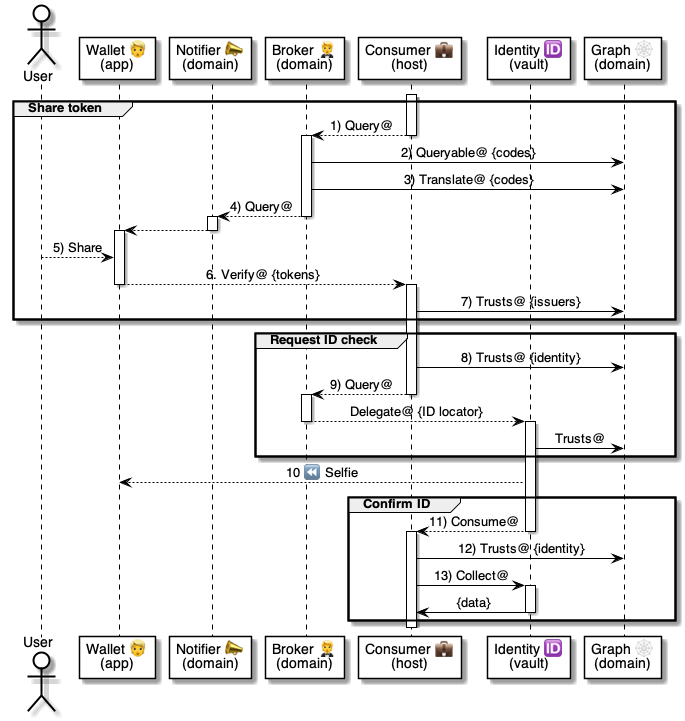
Before: 5 ⏩ Flows/20 💼⏩ Consumers/.📎 Assets/⚙️ Query Token+ID.png, a diagram exported from PlantUML (pollyweb-org/pollyweb-docs). Its source is kept beside it as 5 ⏩ Flows/20 💼⏩ Consumers/.📎 Assets/⚙️ Query Token+ID.puml.
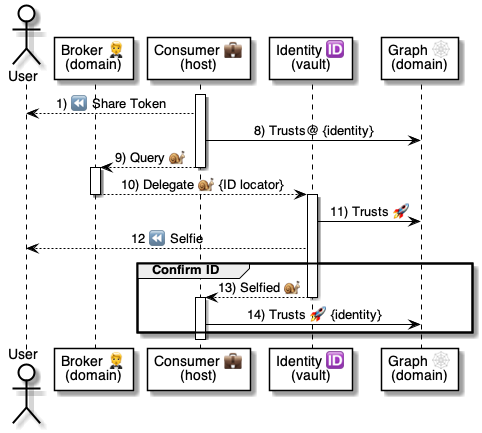
After the commit.

The edit, as a diff of the source:
```diff
@@ -2,8 +2,6 @@
 
 
 actor User as user
-participant "Wallet 👱\n(app)" as wallet
-participant "Notifier 📣\n(domain)" as notifier
 participant "Broker 🤵\n(domain)" as broker
 participant "Consumer 💼\n(host)" as consumer
 participant "Identity 🆔\n(vault)" as identity
@@ -11,63 +9,34 @@
 
 
 activate consumer
+consumer --> user : 1) ⏪ Share Token
 
-group Share token
 
-    consumer --> broker: 1) Query@
+
+
+    consumer -> graph: 8) Trusts@ {identity}
+    consumer --> broker: 9) Query 🐌
     deactivate consumer
 
     activate broker
-        broker -> graph: 2) Queryable@ {codes}
-        broker -> graph: 3) Translate@ {codes}
-        broker --> notifier: 4) Query@
-    deactivate broker
-
-    activate notifier
-        notifier --> wallet
-    deactivate notifier
-
-    activate wallet
-        user --> wallet: 5) Share
-        wallet --> consumer: 6. Verify@ {tokens}
-    deactivate wallet
-
-    activate consumer
-    consumer -> graph: 7) Trusts@ {issuers}
-
-end group
-
-
-group Request ID check
-
-    consumer -> graph: 8) Trusts@ {identity}
-    consumer --> broker: 9) Query@
-    deactivate consumer
-
-    activate broker
-        broker --> identity: Delegate@ {ID locator}
+        broker --> identity: 10) Delegate 🐌 {ID locator}
     deactivate broker
 
     activate identity
-        identity -> graph: Trusts@
+        identity -> graph: 11) Trusts 🚀
 
 
-end group
 
 
-identity --> wallet: 10 ⏪ Selfie
+identity --> user: 12 ⏪ Selfie
 
 group Confirm ID
 
-        identity --> consumer: 11) Consume@
+        identity --> consumer: 13) Selfied 🐌
     deactivate identity
 
     activate consumer
-        consumer -> graph: 12) Trusts@ {identity}
-        consumer -> identity: 13) Collect@
-        activate identity
-            identity -> consumer: {data}
-        deactivate identity
+        consumer -> graph: 14) Trusts 🚀 {identity}
 
 end group
 
```
